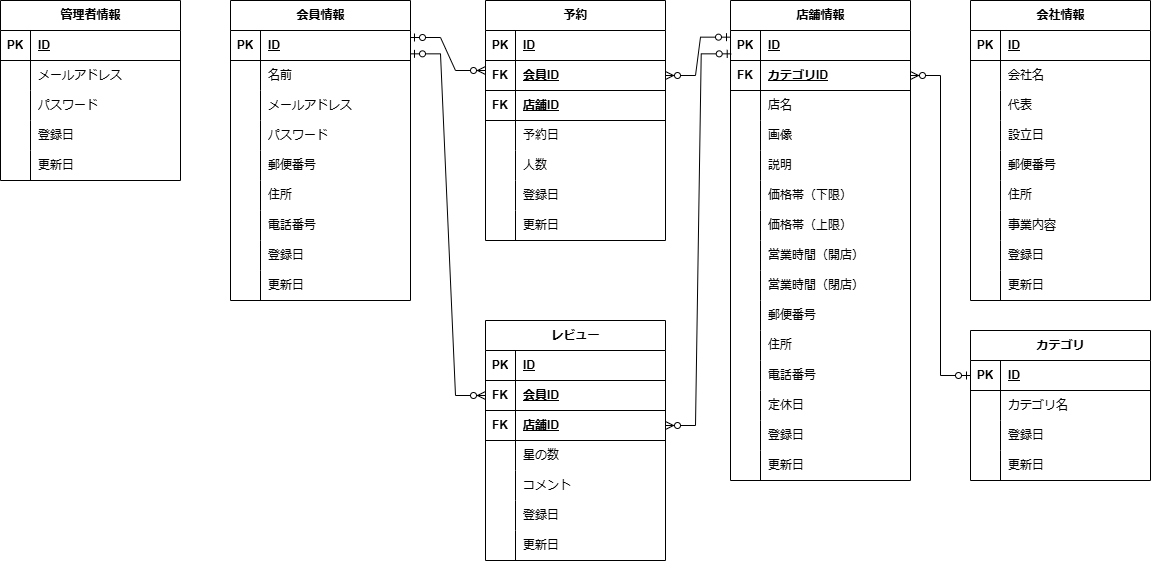
The draw.io diagram NAGOYAMESHI ER図.drawio.png in ISSEI-dot/NAGOYAMESHI, before a commit. Source tidied: cells renumbered, new cells last; positions are measured from the earlier drawing's top-left corner, leaving out a move shared by most shapes.
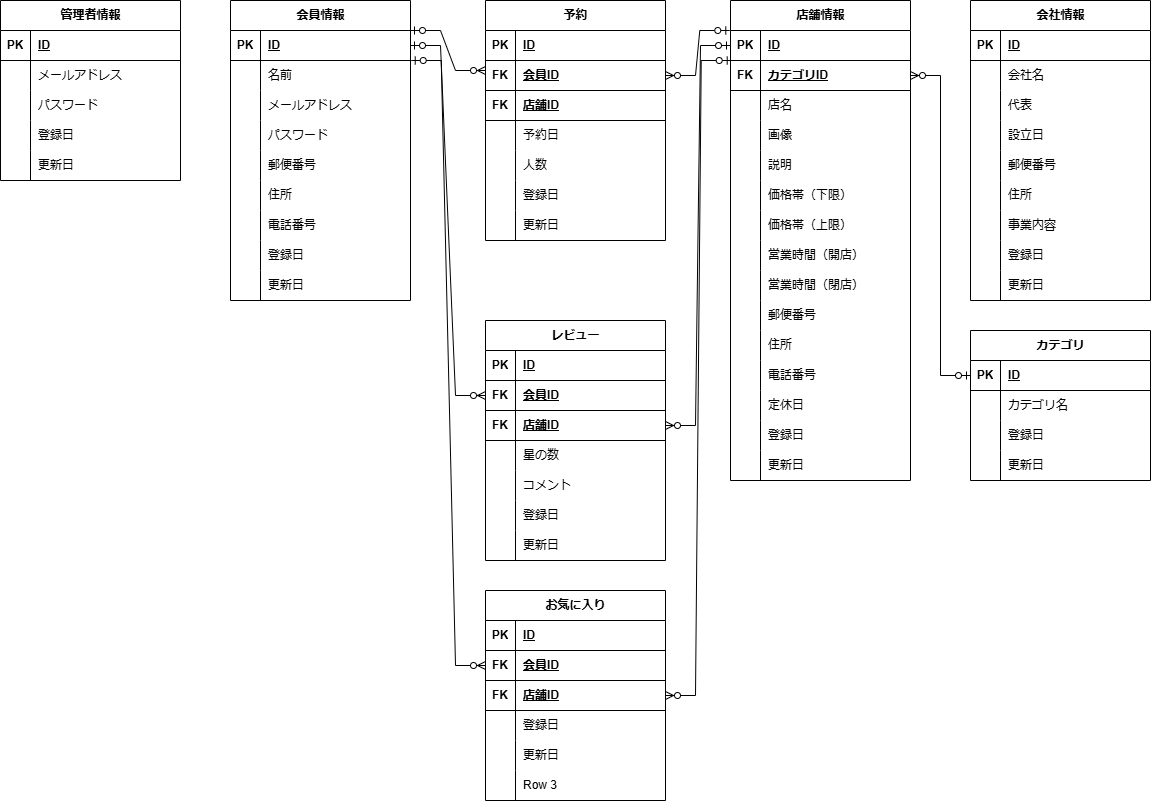
Above is the later version.

Commit message:
NAGOYAMESHI ER図.drawio.png を更新します

What changed in the source:
```diff
@@ -527,13 +527,12 @@
     <mxCell id="176" value="更新日" style="shape=partialRectangle;fillColor=none;top=0;left=0;bottom=0;right=0;align=left;spacingLeft=6;overflow=hidden;whiteSpace=wrap;html=1;" parent="174" vertex="1">
       <mxGeometry x="30" width="150" height="30" as="geometry" />
     </mxCell>
-    <mxCell id="177" style="edgeStyle=entityRelationEdgeStyle;fontSize=12;html=1;endArrow=ERzeroToMany;startArrow=ERzeroToOne;rounded=0;" parent="1" edge="1">
+    <mxCell id="177" style="edgeStyle=entityRelationEdgeStyle;fontSize=12;html=1;endArrow=ERzeroToMany;startArrow=ERzeroToOne;rounded=0;exitX=1;exitY=0;exitDx=0;exitDy=0;exitPerimeter=0;" parent="1" edge="1" source="121">
       <mxGeometry relative="1" as="geometry">
-        <mxPoint x="410" y="37" as="sourcePoint" />
         <mxPoint x="485" y="70" as="targetPoint" />
       </mxGeometry>
     </mxCell>
-    <mxCell id="178" style="edgeStyle=entityRelationEdgeStyle;fontSize=12;html=1;endArrow=ERzeroToMany;startArrow=ERzeroToOne;rounded=0;exitX=1;exitY=0.778;exitDx=0;exitDy=0;exitPerimeter=0;entryX=0;entryY=0.5;entryDx=0;entryDy=0;" parent="1" edge="1" source="121" target="28">
+    <mxCell id="178" style="edgeStyle=entityRelationEdgeStyle;fontSize=12;html=1;endArrow=ERzeroToMany;startArrow=ERzeroToOne;rounded=0;exitX=1;exitY=0.5;exitDx=0;exitDy=0;entryX=0;entryY=0.5;entryDx=0;entryDy=0;" parent="1" edge="1" source="121" target="28">
       <mxGeometry relative="1" as="geometry">
         <Array as="points">
           <mxPoint x="435" y="450" />
@@ -550,10 +549,10 @@
         </Array>
       </mxGeometry>
     </mxCell>
-    <mxCell id="180" style="edgeStyle=entityRelationEdgeStyle;fontSize=12;html=1;endArrow=ERzeroToMany;startArrow=ERzeroToOne;rounded=0;entryX=1;entryY=0.5;entryDx=0;entryDy=0;exitX=0;exitY=0.222;exitDx=0;exitDy=0;exitPerimeter=0;" parent="1" edge="1" source="47" target="6">
+    <mxCell id="180" style="edgeStyle=entityRelationEdgeStyle;fontSize=12;html=1;endArrow=ERzeroToMany;startArrow=ERzeroToOne;rounded=0;entryX=1;entryY=0.5;entryDx=0;entryDy=0;exitX=-0.004;exitY=0;exitDx=0;exitDy=0;exitPerimeter=0;" parent="1" edge="1" source="47" target="6">
       <mxGeometry relative="1" as="geometry" />
     </mxCell>
-    <mxCell id="181" style="edgeStyle=entityRelationEdgeStyle;fontSize=12;html=1;endArrow=ERzeroToMany;startArrow=ERzeroToOne;rounded=0;entryX=1;entryY=0.5;entryDx=0;entryDy=0;exitX=0.004;exitY=0.778;exitDx=0;exitDy=0;exitPerimeter=0;" parent="1" edge="1" source="47" target="31">
+    <mxCell id="181" style="edgeStyle=entityRelationEdgeStyle;fontSize=12;html=1;endArrow=ERzeroToMany;startArrow=ERzeroToOne;rounded=0;entryX=1;entryY=0.5;entryDx=0;entryDy=0;exitX=0;exitY=0.5;exitDx=0;exitDy=0;" parent="1" edge="1" source="47" target="31">
       <mxGeometry relative="1" as="geometry">
         <Array as="points">
           <mxPoint x="695" y="100" />
@@ -562,5 +561,80 @@
         </Array>
       </mxGeometry>
     </mxCell>
+    <mxCell id="182" value="お気に入り" style="shape=table;startSize=30;rowLines=0;fontStyle=1;align=center;html=1;" parent="1" vertex="1">
+      <mxGeometry x="485" y="590" width="180" height="210" as="geometry" />
+    </mxCell>
+    <mxCell id="183" style="shape=tableRow;horizontal=0;startSize=0;swimlaneHead=0;swimlaneBody=0;fillColor=none;top=0;left=0;right=0;bottom=1;" parent="182" vertex="1">
+      <mxGeometry y="30" width="180" height="30" as="geometry" />
+    </mxCell>
+    <mxCell id="184" value="PK" style="shape=partialRectangle;fillColor=none;top=0;left=0;bottom=0;right=0;fontStyle=1;overflow=hidden;whiteSpace=wrap;html=1;" parent="183" vertex="1">
+      <mxGeometry width="30" height="30" as="geometry" />
+    </mxCell>
+    <mxCell id="185" value="ID" style="shape=partialRectangle;fillColor=none;top=0;left=0;bottom=0;right=0;align=left;spacingLeft=6;fontStyle=5;overflow=hidden;whiteSpace=wrap;html=1;" parent="183" vertex="1">
+      <mxGeometry x="30" width="150" height="30" as="geometry" />
+    </mxCell>
+    <mxCell id="186" style="shape=tableRow;horizontal=0;startSize=0;swimlaneHead=0;swimlaneBody=0;fillColor=none;points=[[0,0.5],[1,0.5]];portConstraint=eastwest;top=0;left=0;right=0;bottom=1;" parent="182" vertex="1">
+      <mxGeometry y="60" width="180" height="30" as="geometry" />
+    </mxCell>
+    <mxCell id="187" value="FK" style="shape=partialRectangle;fillColor=none;top=0;left=0;bottom=0;right=0;fontStyle=1;overflow=hidden;whiteSpace=wrap;html=1;" parent="186" vertex="1">
+      <mxGeometry width="30" height="30" as="geometry" />
+    </mxCell>
+    <mxCell id="188" value="会員ID" style="shape=partialRectangle;fillColor=none;top=0;left=0;bottom=0;right=0;align=left;spacingLeft=6;fontStyle=5;overflow=hidden;whiteSpace=wrap;html=1;" parent="186" vertex="1">
+      <mxGeometry x="30" width="150" height="30" as="geometry" />
+    </mxCell>
+    <mxCell id="189" style="shape=tableRow;horizontal=0;startSize=0;swimlaneHead=0;swimlaneBody=0;fillColor=none;points=[[0,0.5],[1,0.5]];portConstraint=eastwest;top=0;left=0;right=0;bottom=1;" parent="182" vertex="1">
+      <mxGeometry y="90" width="180" height="30" as="geometry" />
+    </mxCell>
+    <mxCell id="190" value="FK" style="shape=partialRectangle;fillColor=none;top=0;left=0;bottom=0;right=0;fontStyle=1;overflow=hidden;whiteSpace=wrap;html=1;" parent="189" vertex="1">
+      <mxGeometry width="30" height="30" as="geometry" />
+    </mxCell>
+    <mxCell id="191" value="店舗ID" style="shape=partialRectangle;fillColor=none;top=0;left=0;bottom=0;right=0;align=left;spacingLeft=6;fontStyle=5;overflow=hidden;whiteSpace=wrap;html=1;" parent="189" vertex="1">
+      <mxGeometry x="30" width="150" height="30" as="geometry" />
+    </mxCell>
+    <mxCell id="192" style="shape=tableRow;horizontal=0;startSize=0;swimlaneHead=0;swimlaneBody=0;fillColor=none;top=0;left=0;right=0;bottom=0;" parent="182" vertex="1">
+      <mxGeometry y="120" width="180" height="30" as="geometry" />
+    </mxCell>
+    <mxCell id="193" style="shape=partialRectangle;fillColor=none;top=0;left=0;bottom=0;right=0;overflow=hidden;whiteSpace=wrap;html=1;" parent="192" vertex="1">
+      <mxGeometry width="30" height="30" as="geometry" />
+    </mxCell>
+    <mxCell id="194" value="登録日" style="shape=partialRectangle;fillColor=none;top=0;left=0;bottom=0;right=0;align=left;spacingLeft=6;overflow=hidden;whiteSpace=wrap;html=1;" parent="192" vertex="1">
+      <mxGeometry x="30" width="150" height="30" as="geometry" />
+    </mxCell>
+    <mxCell id="195" style="shape=tableRow;horizontal=0;startSize=0;swimlaneHead=0;swimlaneBody=0;fillColor=none;top=0;left=0;right=0;bottom=0;" parent="182" vertex="1">
+      <mxGeometry y="150" width="180" height="30" as="geometry" />
+    </mxCell>
+    <mxCell id="196" style="shape=partialRectangle;fillColor=none;top=0;left=0;bottom=0;right=0;overflow=hidden;whiteSpace=wrap;html=1;" parent="195" vertex="1">
+      <mxGeometry width="30" height="30" as="geometry" />
+    </mxCell>
+    <mxCell id="197" value="更新日" style="shape=partialRectangle;fillColor=none;top=0;left=0;bottom=0;right=0;align=left;spacingLeft=6;overflow=hidden;whiteSpace=wrap;html=1;" parent="195" vertex="1">
+      <mxGeometry x="30" width="150" height="30" as="geometry" />
+    </mxCell>
+    <mxCell id="198" style="shape=tableRow;horizontal=0;startSize=0;swimlaneHead=0;swimlaneBody=0;fillColor=none;top=0;left=0;right=0;bottom=0;" parent="182" vertex="1">
+      <mxGeometry y="180" width="180" height="30" as="geometry" />
+    </mxCell>
+    <mxCell id="199" style="shape=partialRectangle;fillColor=none;top=0;left=0;bottom=0;right=0;overflow=hidden;whiteSpace=wrap;html=1;" parent="198" vertex="1">
+      <mxGeometry width="30" height="30" as="geometry" />
+    </mxCell>
+    <mxCell id="200" value="Row 3" style="shape=partialRectangle;fillColor=none;top=0;left=0;bottom=0;right=0;align=left;spacingLeft=6;overflow=hidden;whiteSpace=wrap;html=1;" parent="198" vertex="1">
+      <mxGeometry x="30" width="150" height="30" as="geometry" />
+    </mxCell>
+    <mxCell id="201" style="edgeStyle=entityRelationEdgeStyle;fontSize=12;html=1;endArrow=ERzeroToMany;startArrow=ERzeroToOne;rounded=0;entryX=0;entryY=0.5;entryDx=0;entryDy=0;exitX=1.004;exitY=1;exitDx=0;exitDy=0;exitPerimeter=0;" parent="1" edge="1" source="121" target="186">
+      <mxGeometry relative="1" as="geometry">
+        <Array as="points">
+          <mxPoint x="385" y="897" />
+          <mxPoint x="420" y="667" />
+          <mxPoint x="390" y="667" />
+        </Array>
+      </mxGeometry>
+    </mxCell>
+    <mxCell id="202" style="edgeStyle=entityRelationEdgeStyle;fontSize=12;html=1;endArrow=ERzeroToMany;startArrow=ERzeroToOne;rounded=0;entryX=1;entryY=0.5;entryDx=0;entryDy=0;exitX=0.004;exitY=0;exitDx=0;exitDy=0;exitPerimeter=0;" parent="1" edge="1" source="50" target="189">
+      <mxGeometry relative="1" as="geometry">
+        <Array as="points">
+          <mxPoint x="730" y="547" />
+          <mxPoint x="725" y="717" />
+          <mxPoint x="730" y="697" />
+        </Array>
+      </mxGeometry>
+    </mxCell>
   </root>
 </mxGraphModel>
```
